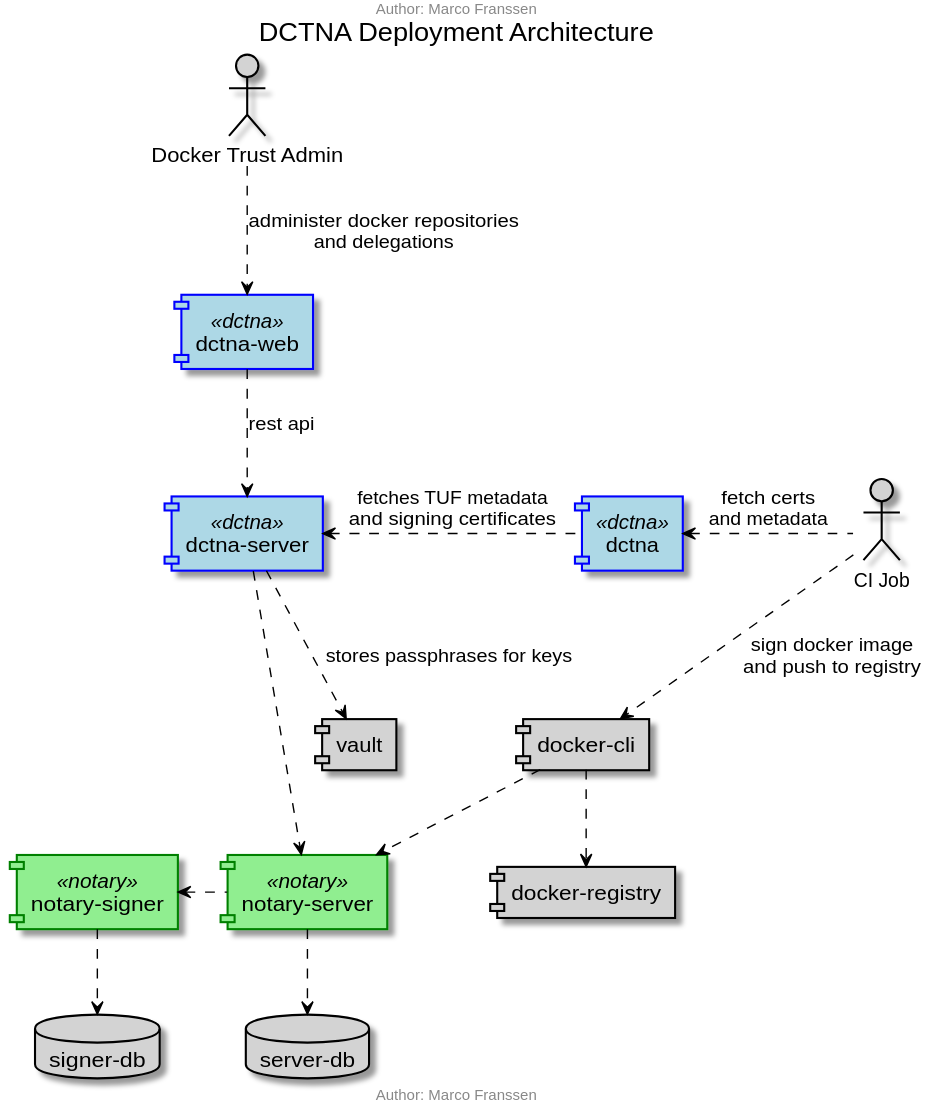
philips-labs/dct-notary-admin keeps this PlantUML diagram as docs/diagrams/deployment-architecture.svg. Above is the earlier version. The source it was exported from:
```plantuml
@startuml

!$authors = "Marco Franssen"

title DCTNA Deployment Architecture
center header Author: $authors
center footer Author: $authors

skinparam sequence {
	ArrowColor black
	ActorBorderColor DeepSkyBlue
	LifeLineBorderColor black
	LifeLineBackgroundColor grey
}

skinparam component<<dctna>> {
  BackgroundColor lightblue
  BorderColor blue
}

skinparam component<<notary>> {
  BackgroundColor lightgreen
  BorderColor green
}

skinparam actor {
  BackgroundColor lightgrey
  BorderColor black
}

skinparam database {
  BackgroundColor lightgrey
  BorderColor black
}

skinparam component {
  BackgroundColor lightgrey
  BorderColor black
}

actor "Docker Trust Admin" as Admin
actor "CI Job" as CiJob

database ServerDB [
    server-db
]
database SignerDB [
    signer-db
]

[dctna-web] <<dctna>>
[dctna] <<dctna>>
[dctna-server] <<dctna>>
[notary-signer] <<notary>>
[notary-server] <<notary>>

CiJob .left.> [dctna] : fetch certs\nand metadata
CiJob ..> [docker-cli] : sign docker image\nand push to registry
[docker-cli] ..> [docker-registry]
[docker-cli] ..> [notary-server]
[dctna] .left.> [dctna-server] : fetches TUF metadata\nand signing certificates
Admin ..> [dctna-web] : administer docker repositories\nand delegations
[dctna-web] ..> [dctna-server] : rest api
[dctna-server] ..> [vault] : stores passphrases for keys
[dctna-server] ..> [notary-server]

[notary-server] .left.> [notary-signer]
[notary-server] ..> [ServerDB]
[notary-signer] ..> [SignerDB]

@enduml
```
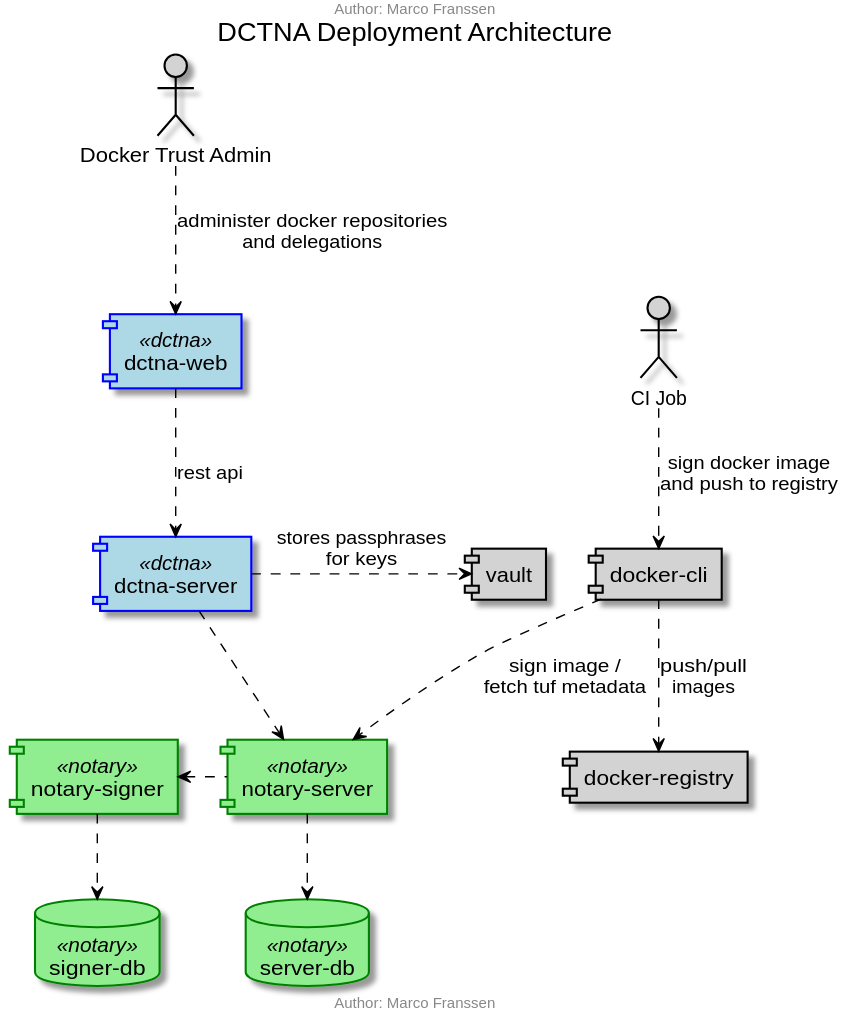
After the change.

Commit message:
Update deployment diagram

Change to the diagram source:
```diff
@@ -33,6 +33,11 @@
   BorderColor black
 }
 
+skinparam database<<notary>> {
+  BackgroundColor lightgreen
+  BorderColor green
+}
+
 skinparam component {
   BackgroundColor lightgrey
   BorderColor black
@@ -41,27 +46,24 @@
 actor "Docker Trust Admin" as Admin
 actor "CI Job" as CiJob
 
-database ServerDB [
+database ServerDB <<notary>> [
     server-db
 ]
-database SignerDB [
+database SignerDB <<notary>> [
     signer-db
 ]
 
 [dctna-web] <<dctna>>
-[dctna] <<dctna>>
 [dctna-server] <<dctna>>
 [notary-signer] <<notary>>
 [notary-server] <<notary>>
 
-CiJob .left.> [dctna] : fetch certs\nand metadata
 CiJob ..> [docker-cli] : sign docker image\nand push to registry
-[docker-cli] ..> [docker-registry]
-[docker-cli] ..> [notary-server]
-[dctna] .left.> [dctna-server] : fetches TUF metadata\nand signing certificates
+[docker-cli] ..> [docker-registry] : push/pull\nimages
+[docker-cli] ..> [notary-server] : sign image /\nfetch tuf metadata
 Admin ..> [dctna-web] : administer docker repositories\nand delegations
 [dctna-web] ..> [dctna-server] : rest api
-[dctna-server] ..> [vault] : stores passphrases for keys
+[dctna-server] .right.> [vault] : stores passphrases\nfor keys
 [dctna-server] ..> [notary-server]
 
 [notary-server] .left.> [notary-signer]
```
